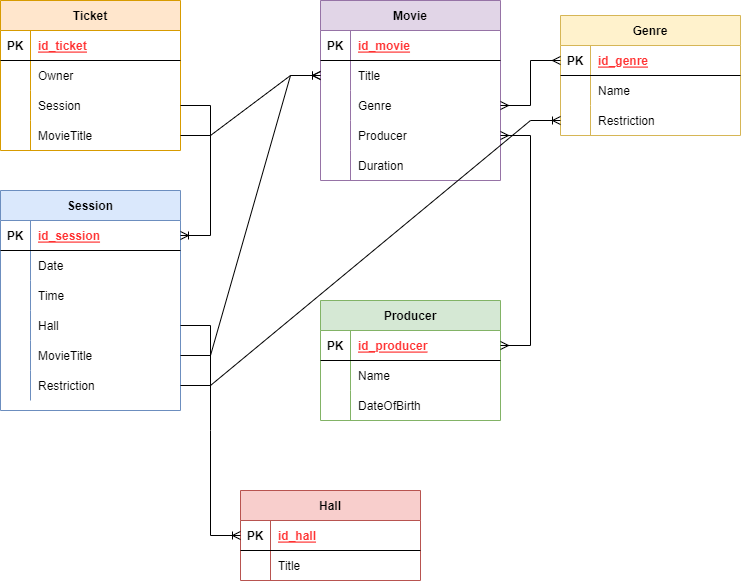
This is part1/Cinema.drawio.png from Kolesa-Education/kolesa-upgrade-homework-4, a draw.io export, as it was before one commit. Source tidied: cells renumbered, new cells last; positions are measured from the earlier drawing's top-left corner, leaving out a move shared by most shapes.
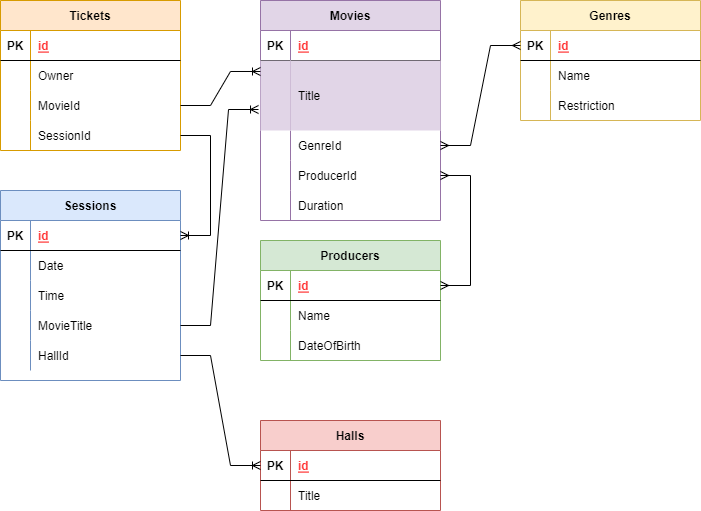
The same file after the commit.

Commit message:
изменения по правкам

The edit, as a diff of the source:
```diff
@@ -2,8 +2,8 @@
   <root>
     <mxCell id="0" />
     <mxCell id="1" parent="0" />
-    <mxCell id="2" value="Ticket" style="shape=table;startSize=30;rowLines=0;fontStyle=1;align=center;fillColor=#ffe6cc;strokeColor=#d79b00;" parent="1" vertex="1">
-      <mxGeometry width="180" height="150" as="geometry" />
+    <mxCell id="2" value="Tickets" style="shape=table;startSize=30;rowLines=0;fontStyle=1;align=center;fillColor=#ffe6cc;strokeColor=#d79b00;" parent="1" vertex="1">
+      <mxGeometry x="-40" width="180" height="150" as="geometry" />
     </mxCell>
     <mxCell id="3" style="shape=tableRow;horizontal=0;startSize=0;swimlaneHead=0;swimlaneBody=0;fillColor=none;top=0;left=0;right=0;bottom=1;" parent="2" vertex="1">
       <mxGeometry y="30" width="180" height="30" as="geometry" />
@@ -11,7 +11,7 @@
     <mxCell id="4" value="PK" style="shape=partialRectangle;fillColor=none;top=0;left=0;bottom=0;right=0;fontStyle=1;overflow=hidden;" parent="3" vertex="1">
       <mxGeometry width="30" height="30" as="geometry" />
     </mxCell>
-    <mxCell id="5" value="id_ticket" style="shape=partialRectangle;fillColor=none;top=0;left=0;bottom=0;right=0;align=left;spacingLeft=6;fontStyle=5;overflow=hidden;fontColor=#FF3333;" parent="3" vertex="1">
+    <mxCell id="5" value="id" style="shape=partialRectangle;fillColor=none;top=0;left=0;bottom=0;right=0;align=left;spacingLeft=6;fontStyle=5;overflow=hidden;fontColor=#FF3333;" parent="3" vertex="1">
       <mxGeometry x="30" width="150" height="30" as="geometry" />
     </mxCell>
     <mxCell id="6" style="shape=tableRow;horizontal=0;startSize=0;swimlaneHead=0;swimlaneBody=0;fillColor=none;top=0;left=0;right=0;bottom=0;" parent="2" vertex="1">
@@ -29,7 +29,7 @@
     <mxCell id="10" style="shape=partialRectangle;fillColor=none;top=0;left=0;bottom=0;right=0;overflow=hidden;" parent="9" vertex="1">
       <mxGeometry width="30" height="30" as="geometry" />
     </mxCell>
-    <mxCell id="11" value="Session" style="shape=partialRectangle;fillColor=none;top=0;left=0;bottom=0;right=0;align=left;spacingLeft=6;overflow=hidden;" parent="9" vertex="1">
+    <mxCell id="11" value="MovieId" style="shape=partialRectangle;fillColor=none;top=0;left=0;bottom=0;right=0;align=left;spacingLeft=6;overflow=hidden;" parent="9" vertex="1">
       <mxGeometry x="30" width="150" height="30" as="geometry" />
     </mxCell>
     <mxCell id="12" style="shape=tableRow;horizontal=0;startSize=0;swimlaneHead=0;swimlaneBody=0;fillColor=none;points=[[0,0.5],[1,0.5]];portConstraint=eastwest;top=0;left=0;right=0;bottom=0;" parent="2" vertex="1">
@@ -38,11 +38,11 @@
     <mxCell id="13" style="shape=partialRectangle;fillColor=none;top=0;left=0;bottom=0;right=0;overflow=hidden;" parent="12" vertex="1">
       <mxGeometry width="30" height="30" as="geometry" />
     </mxCell>
-    <mxCell id="14" value="MovieTitle" style="shape=partialRectangle;fillColor=none;top=0;left=0;bottom=0;right=0;align=left;spacingLeft=6;overflow=hidden;" parent="12" vertex="1">
+    <mxCell id="14" value="SessionId" style="shape=partialRectangle;fillColor=none;top=0;left=0;bottom=0;right=0;align=left;spacingLeft=6;overflow=hidden;" parent="12" vertex="1">
       <mxGeometry x="30" width="150" height="30" as="geometry" />
     </mxCell>
-    <mxCell id="15" value="Movie" style="shape=table;startSize=30;rowLines=0;fontStyle=1;align=center;fillColor=#e1d5e7;strokeColor=#9673a6;" parent="1" vertex="1">
-      <mxGeometry x="320" width="180" height="180" as="geometry" />
+    <mxCell id="15" value="Movies" style="shape=table;startSize=30;rowLines=0;fontStyle=1;align=center;fillColor=#e1d5e7;strokeColor=#9673a6;" parent="1" vertex="1">
+      <mxGeometry x="220" width="180" height="220" as="geometry" />
     </mxCell>
     <mxCell id="16" style="shape=tableRow;horizontal=0;startSize=0;swimlaneHead=0;swimlaneBody=0;fillColor=none;top=0;left=0;right=0;bottom=1;" parent="15" vertex="1">
       <mxGeometry y="30" width="180" height="30" as="geometry" />
@@ -50,38 +50,38 @@
     <mxCell id="17" value="PK" style="shape=partialRectangle;fillColor=none;top=0;left=0;bottom=0;right=0;fontStyle=1;overflow=hidden;" parent="16" vertex="1">
       <mxGeometry width="30" height="30" as="geometry" />
     </mxCell>
-    <mxCell id="18" value="id_movie" style="shape=partialRectangle;fillColor=none;top=0;left=0;bottom=0;right=0;align=left;spacingLeft=6;fontStyle=5;overflow=hidden;fontColor=#FF3333;" parent="16" vertex="1">
+    <mxCell id="18" value="id" style="shape=partialRectangle;fillColor=none;top=0;left=0;bottom=0;right=0;align=left;spacingLeft=6;fontStyle=5;overflow=hidden;fontColor=#FF3333;" parent="16" vertex="1">
       <mxGeometry x="30" width="150" height="30" as="geometry" />
     </mxCell>
     <mxCell id="19" style="shape=tableRow;horizontal=0;startSize=0;swimlaneHead=0;swimlaneBody=0;fillColor=none;points=[[0,0.5],[1,0.5]];portConstraint=eastwest;top=0;left=0;right=0;bottom=0;" parent="15" vertex="1">
-      <mxGeometry y="60" width="180" height="30" as="geometry" />
+      <mxGeometry y="60" width="180" height="70" as="geometry" />
     </mxCell>
-    <mxCell id="20" style="shape=partialRectangle;fillColor=none;top=0;left=0;bottom=0;right=0;overflow=hidden;" parent="19" vertex="1">
-      <mxGeometry width="30" height="30" as="geometry" />
+    <mxCell id="20" style="shape=partialRectangle;fillColor=#e1d5e7;top=0;left=0;bottom=0;right=0;overflow=hidden;strokeColor=#9673a6;" parent="19" vertex="1">
+      <mxGeometry width="30" height="70" as="geometry" />
     </mxCell>
-    <mxCell id="21" value="Title" style="shape=partialRectangle;fillColor=none;top=0;left=0;bottom=0;right=0;align=left;spacingLeft=6;overflow=hidden;" parent="19" vertex="1">
-      <mxGeometry x="30" width="150" height="30" as="geometry" />
+    <mxCell id="21" value="Title" style="shape=partialRectangle;fillColor=#e1d5e7;top=0;left=0;bottom=0;right=0;align=left;spacingLeft=6;overflow=hidden;strokeColor=#9673a6;" parent="19" vertex="1">
+      <mxGeometry x="30" width="150" height="70" as="geometry" />
     </mxCell>
     <mxCell id="22" style="shape=tableRow;horizontal=0;startSize=0;swimlaneHead=0;swimlaneBody=0;fillColor=none;points=[[0,0.5],[1,0.5]];portConstraint=eastwest;top=0;left=0;right=0;bottom=0;" parent="15" vertex="1">
-      <mxGeometry y="90" width="180" height="30" as="geometry" />
+      <mxGeometry y="130" width="180" height="30" as="geometry" />
     </mxCell>
     <mxCell id="23" style="shape=partialRectangle;fillColor=none;top=0;left=0;bottom=0;right=0;overflow=hidden;" parent="22" vertex="1">
       <mxGeometry width="30" height="30" as="geometry" />
     </mxCell>
-    <mxCell id="24" value="Genre" style="shape=partialRectangle;fillColor=none;top=0;left=0;bottom=0;right=0;align=left;spacingLeft=6;overflow=hidden;" parent="22" vertex="1">
+    <mxCell id="24" value="GenreId" style="shape=partialRectangle;fillColor=none;top=0;left=0;bottom=0;right=0;align=left;spacingLeft=6;overflow=hidden;" parent="22" vertex="1">
       <mxGeometry x="30" width="150" height="30" as="geometry" />
     </mxCell>
     <mxCell id="25" style="shape=tableRow;horizontal=0;startSize=0;swimlaneHead=0;swimlaneBody=0;fillColor=none;points=[[0,0.5],[1,0.5]];portConstraint=eastwest;top=0;left=0;right=0;bottom=0;" parent="15" vertex="1">
-      <mxGeometry y="120" width="180" height="30" as="geometry" />
+      <mxGeometry y="160" width="180" height="30" as="geometry" />
     </mxCell>
     <mxCell id="26" style="shape=partialRectangle;fillColor=none;top=0;left=0;bottom=0;right=0;overflow=hidden;" parent="25" vertex="1">
       <mxGeometry width="30" height="30" as="geometry" />
     </mxCell>
-    <mxCell id="27" value="Producer" style="shape=partialRectangle;fillColor=none;top=0;left=0;bottom=0;right=0;align=left;spacingLeft=6;overflow=hidden;" parent="25" vertex="1">
+    <mxCell id="27" value="ProducerId" style="shape=partialRectangle;fillColor=none;top=0;left=0;bottom=0;right=0;align=left;spacingLeft=6;overflow=hidden;" parent="25" vertex="1">
       <mxGeometry x="30" width="150" height="30" as="geometry" />
     </mxCell>
     <mxCell id="28" style="shape=tableRow;horizontal=0;startSize=0;swimlaneHead=0;swimlaneBody=0;fillColor=none;top=0;left=0;right=0;bottom=0;" parent="15" vertex="1">
-      <mxGeometry y="150" width="180" height="30" as="geometry" />
+      <mxGeometry y="190" width="180" height="30" as="geometry" />
     </mxCell>
     <mxCell id="29" style="shape=partialRectangle;fillColor=none;top=0;left=0;bottom=0;right=0;overflow=hidden;" parent="28" vertex="1">
       <mxGeometry width="30" height="30" as="geometry" />
@@ -89,8 +89,8 @@
     <mxCell id="30" value="Duration" style="shape=partialRectangle;fillColor=none;top=0;left=0;bottom=0;right=0;align=left;spacingLeft=6;overflow=hidden;" parent="28" vertex="1">
       <mxGeometry x="30" width="150" height="30" as="geometry" />
     </mxCell>
-    <mxCell id="31" value="Hall" style="shape=table;startSize=30;rowLines=0;fontStyle=1;align=center;fillColor=#f8cecc;strokeColor=#b85450;" parent="1" vertex="1">
-      <mxGeometry x="240" y="490" width="180" height="90" as="geometry" />
+    <mxCell id="31" value="Halls" style="shape=table;startSize=30;rowLines=0;fontStyle=1;align=center;fillColor=#f8cecc;strokeColor=#b85450;" parent="1" vertex="1">
+      <mxGeometry x="220" y="420" width="180" height="90" as="geometry" />
     </mxCell>
     <mxCell id="32" style="shape=tableRow;horizontal=0;startSize=0;swimlaneHead=0;swimlaneBody=0;fillColor=none;points=[[0,0.5],[1,0.5]];portConstraint=eastwest;top=0;left=0;right=0;bottom=1;" parent="31" vertex="1">
       <mxGeometry y="30" width="180" height="30" as="geometry" />
@@ -98,7 +98,7 @@
     <mxCell id="33" value="PK" style="shape=partialRectangle;fillColor=none;top=0;left=0;bottom=0;right=0;fontStyle=1;overflow=hidden;" parent="32" vertex="1">
       <mxGeometry width="30" height="30" as="geometry" />
     </mxCell>
-    <mxCell id="34" value="id_hall" style="shape=partialRectangle;fillColor=none;top=0;left=0;bottom=0;right=0;align=left;spacingLeft=6;fontStyle=5;overflow=hidden;fontColor=#FF3333;" parent="32" vertex="1">
+    <mxCell id="34" value="id" style="shape=partialRectangle;fillColor=none;top=0;left=0;bottom=0;right=0;align=left;spacingLeft=6;fontStyle=5;overflow=hidden;fontColor=#FF3333;" parent="32" vertex="1">
       <mxGeometry x="30" width="150" height="30" as="geometry" />
     </mxCell>
     <mxCell id="35" style="shape=tableRow;horizontal=0;startSize=0;swimlaneHead=0;swimlaneBody=0;fillColor=none;top=0;left=0;right=0;bottom=0;" parent="31" vertex="1">
@@ -110,8 +110,8 @@
     <mxCell id="37" value="Title" style="shape=partialRectangle;fillColor=none;top=0;left=0;bottom=0;right=0;align=left;spacingLeft=6;overflow=hidden;" parent="35" vertex="1">
       <mxGeometry x="30" width="150" height="30" as="geometry" />
     </mxCell>
-    <mxCell id="38" value="Session" style="shape=table;startSize=30;rowLines=0;fontStyle=1;align=center;fillColor=#dae8fc;strokeColor=#6c8ebf;" parent="1" vertex="1">
-      <mxGeometry y="190" width="180" height="220" as="geometry" />
+    <mxCell id="38" value="Sessions" style="shape=table;startSize=30;rowLines=0;fontStyle=1;align=center;fillColor=#dae8fc;strokeColor=#6c8ebf;" parent="1" vertex="1">
+      <mxGeometry x="-40" y="190" width="180" height="190" as="geometry" />
     </mxCell>
     <mxCell id="39" style="shape=tableRow;horizontal=0;startSize=0;swimlaneHead=0;swimlaneBody=0;fillColor=none;points=[[0,0.5],[1,0.5]];portConstraint=eastwest;top=0;left=0;right=0;bottom=1;" parent="38" vertex="1">
       <mxGeometry y="30" width="180" height="30" as="geometry" />
@@ -119,7 +119,7 @@
     <mxCell id="40" value="PK" style="shape=partialRectangle;fillColor=none;top=0;left=0;bottom=0;right=0;fontStyle=1;overflow=hidden;" parent="39" vertex="1">
       <mxGeometry width="30" height="30" as="geometry" />
     </mxCell>
-    <mxCell id="41" value="id_session" style="shape=partialRectangle;fillColor=none;top=0;left=0;bottom=0;right=0;align=left;spacingLeft=6;fontStyle=5;overflow=hidden;fontColor=#FF3333;" parent="39" vertex="1">
+    <mxCell id="41" value="id" style="shape=partialRectangle;fillColor=none;top=0;left=0;bottom=0;right=0;align=left;spacingLeft=6;fontStyle=5;overflow=hidden;fontColor=#FF3333;" parent="39" vertex="1">
       <mxGeometry x="30" width="150" height="30" as="geometry" />
     </mxCell>
     <mxCell id="42" style="shape=tableRow;horizontal=0;startSize=0;swimlaneHead=0;swimlaneBody=0;fillColor=none;top=0;left=0;right=0;bottom=0;" parent="38" vertex="1">
@@ -146,29 +146,20 @@
     <mxCell id="49" style="shape=partialRectangle;fillColor=none;top=0;left=0;bottom=0;right=0;overflow=hidden;" parent="48" vertex="1">
       <mxGeometry width="30" height="30" as="geometry" />
     </mxCell>
-    <mxCell id="50" value="Hall" style="shape=partialRectangle;fillColor=none;top=0;left=0;bottom=0;right=0;align=left;spacingLeft=6;overflow=hidden;" parent="48" vertex="1">
+    <mxCell id="50" value="MovieTitle" style="shape=partialRectangle;fillColor=none;top=0;left=0;bottom=0;right=0;align=left;spacingLeft=6;overflow=hidden;" parent="48" vertex="1">
       <mxGeometry x="30" width="150" height="30" as="geometry" />
     </mxCell>
-    <mxCell id="51" style="shape=tableRow;horizontal=0;startSize=0;swimlaneHead=0;swimlaneBody=0;fillColor=none;points=[[0,0.5],[1,0.5]];portConstraint=eastwest;top=0;left=0;right=0;bottom=0;" parent="38" vertex="1">
-      <mxGeometry y="150" width="180" height="30" as="geometry" />
-    </mxCell>
-    <mxCell id="52" style="shape=partialRectangle;fillColor=none;top=0;left=0;bottom=0;right=0;overflow=hidden;" parent="51" vertex="1">
-      <mxGeometry width="30" height="30" as="geometry" />
-    </mxCell>
-    <mxCell id="53" value="MovieTitle" style="shape=partialRectangle;fillColor=none;top=0;left=0;bottom=0;right=0;align=left;spacingLeft=6;overflow=hidden;" parent="51" vertex="1">
-      <mxGeometry x="30" width="150" height="30" as="geometry" />
-    </mxCell>
     <mxCell id="54" style="shape=tableRow;horizontal=0;startSize=0;swimlaneHead=0;swimlaneBody=0;fillColor=none;points=[[0,0.5],[1,0.5]];portConstraint=eastwest;top=0;left=0;right=0;bottom=0;" parent="38" vertex="1">
-      <mxGeometry y="180" width="180" height="30" as="geometry" />
+      <mxGeometry y="150" width="180" height="30" as="geometry" />
     </mxCell>
     <mxCell id="55" style="shape=partialRectangle;fillColor=none;top=0;left=0;bottom=0;right=0;overflow=hidden;" parent="54" vertex="1">
       <mxGeometry width="30" height="30" as="geometry" />
     </mxCell>
-    <mxCell id="56" value="Restriction" style="shape=partialRectangle;fillColor=none;top=0;left=0;bottom=0;right=0;align=left;spacingLeft=6;overflow=hidden;" parent="54" vertex="1">
+    <mxCell id="56" value="HallId" style="shape=partialRectangle;fillColor=none;top=0;left=0;bottom=0;right=0;align=left;spacingLeft=6;overflow=hidden;" parent="54" vertex="1">
       <mxGeometry x="30" width="150" height="30" as="geometry" />
     </mxCell>
-    <mxCell id="57" value="Genre" style="shape=table;startSize=30;rowLines=0;fontStyle=1;align=center;fillColor=#fff2cc;strokeColor=#d6b656;" parent="1" vertex="1">
-      <mxGeometry x="560" y="15" width="180" height="120" as="geometry" />
+    <mxCell id="57" value="Genres" style="shape=table;startSize=30;rowLines=0;fontStyle=1;align=center;fillColor=#fff2cc;strokeColor=#d6b656;" parent="1" vertex="1">
+      <mxGeometry x="480" width="180" height="120" as="geometry" />
     </mxCell>
     <mxCell id="58" style="shape=tableRow;horizontal=0;startSize=0;swimlaneHead=0;swimlaneBody=0;fillColor=none;points=[[0,0.5],[1,0.5]];portConstraint=eastwest;top=0;left=0;right=0;bottom=1;" parent="57" vertex="1">
       <mxGeometry y="30" width="180" height="30" as="geometry" />
@@ -176,7 +167,7 @@
     <mxCell id="59" value="PK" style="shape=partialRectangle;fillColor=none;top=0;left=0;bottom=0;right=0;fontStyle=1;overflow=hidden;" parent="58" vertex="1">
       <mxGeometry width="30" height="30" as="geometry" />
     </mxCell>
-    <mxCell id="60" value="id_genre" style="shape=partialRectangle;fillColor=none;top=0;left=0;bottom=0;right=0;align=left;spacingLeft=6;fontStyle=5;overflow=hidden;fontColor=#FF3333;" parent="58" vertex="1">
+    <mxCell id="60" value="id" style="shape=partialRectangle;fillColor=none;top=0;left=0;bottom=0;right=0;align=left;spacingLeft=6;fontStyle=5;overflow=hidden;fontColor=#FF3333;" parent="58" vertex="1">
       <mxGeometry x="30" width="150" height="30" as="geometry" />
     </mxCell>
     <mxCell id="61" style="shape=tableRow;horizontal=0;startSize=0;swimlaneHead=0;swimlaneBody=0;fillColor=none;top=0;left=0;right=0;bottom=0;" parent="57" vertex="1">
@@ -197,8 +188,8 @@
     <mxCell id="66" value="Restriction" style="shape=partialRectangle;fillColor=none;top=0;left=0;bottom=0;right=0;align=left;spacingLeft=6;overflow=hidden;" parent="64" vertex="1">
       <mxGeometry x="30" width="150" height="30" as="geometry" />
     </mxCell>
-    <mxCell id="67" value="Producer" style="shape=table;startSize=30;rowLines=0;fontStyle=1;align=center;fillColor=#d5e8d4;strokeColor=#82b366;" parent="1" vertex="1">
-      <mxGeometry x="320" y="300" width="180" height="120" as="geometry" />
+    <mxCell id="67" value="Producers" style="shape=table;startSize=30;rowLines=0;fontStyle=1;align=center;fillColor=#d5e8d4;strokeColor=#82b366;" parent="1" vertex="1">
+      <mxGeometry x="220" y="240" width="180" height="120" as="geometry" />
     </mxCell>
     <mxCell id="68" style="shape=tableRow;horizontal=0;startSize=0;swimlaneHead=0;swimlaneBody=0;fillColor=none;points=[[0,0.5],[1,0.5]];portConstraint=eastwest;top=0;left=0;right=0;bottom=1;" parent="67" vertex="1">
       <mxGeometry y="30" width="180" height="30" as="geometry" />
@@ -206,7 +197,7 @@
     <mxCell id="69" value="PK" style="shape=partialRectangle;fillColor=none;top=0;left=0;bottom=0;right=0;fontStyle=1;overflow=hidden;" parent="68" vertex="1">
       <mxGeometry width="30" height="30" as="geometry" />
     </mxCell>
-    <mxCell id="70" value="id_producer" style="shape=partialRectangle;fillColor=none;top=0;left=0;bottom=0;right=0;align=left;spacingLeft=6;fontStyle=5;overflow=hidden;fontColor=#FF3333;" parent="68" vertex="1">
+    <mxCell id="70" value="id" style="shape=partialRectangle;fillColor=none;top=0;left=0;bottom=0;right=0;align=left;spacingLeft=6;fontStyle=5;overflow=hidden;fontColor=#FF3333;" parent="68" vertex="1">
       <mxGeometry x="30" width="150" height="30" as="geometry" />
     </mxCell>
     <mxCell id="71" style="shape=tableRow;horizontal=0;startSize=0;swimlaneHead=0;swimlaneBody=0;fillColor=none;top=0;left=0;right=0;bottom=0;" parent="67" vertex="1">
@@ -227,13 +218,13 @@
     <mxCell id="76" value="DateOfBirth" style="shape=partialRectangle;fillColor=none;top=0;left=0;bottom=0;right=0;align=left;spacingLeft=6;overflow=hidden;" parent="74" vertex="1">
       <mxGeometry x="30" width="150" height="30" as="geometry" />
     </mxCell>
-    <mxCell id="77" style="edgeStyle=entityRelationEdgeStyle;fontSize=12;html=1;endArrow=ERoneToMany;rounded=0;entryX=0;entryY=0.5;entryDx=0;entryDy=0;exitX=1;exitY=0.5;exitDx=0;exitDy=0;" parent="1" edge="1" source="12" target="19">
+    <mxCell id="77" style="edgeStyle=entityRelationEdgeStyle;fontSize=12;html=1;endArrow=ERoneToMany;rounded=0;entryX=0;entryY=0.157;entryDx=0;entryDy=0;entryPerimeter=0;exitX=1;exitY=0.5;exitDx=0;exitDy=0;" parent="1" edge="1" source="9" target="19">
       <mxGeometry relative="1" as="geometry" />
     </mxCell>
-    <mxCell id="78" style="edgeStyle=entityRelationEdgeStyle;fontSize=12;html=1;endArrow=ERoneToMany;rounded=0;entryX=1;entryY=0.5;entryDx=0;entryDy=0;exitX=1;exitY=0.5;exitDx=0;exitDy=0;" parent="1" edge="1" source="9" target="39">
+    <mxCell id="78" style="edgeStyle=entityRelationEdgeStyle;fontSize=12;html=1;endArrow=ERoneToMany;rounded=0;entryX=1;entryY=0.5;entryDx=0;entryDy=0;exitX=1;exitY=0.5;exitDx=0;exitDy=0;" parent="1" edge="1" source="12" target="39">
       <mxGeometry relative="1" as="geometry" />
     </mxCell>
-    <mxCell id="79" style="edgeStyle=entityRelationEdgeStyle;fontSize=12;html=1;endArrow=ERoneToMany;rounded=0;entryX=0;entryY=0.5;entryDx=0;entryDy=0;exitX=1;exitY=0.5;exitDx=0;exitDy=0;" parent="1" edge="1" source="48" target="32">
+    <mxCell id="79" style="edgeStyle=entityRelationEdgeStyle;fontSize=12;html=1;endArrow=ERoneToMany;rounded=0;entryX=0;entryY=0.5;entryDx=0;entryDy=0;exitX=1;exitY=0.5;exitDx=0;exitDy=0;" parent="1" edge="1" source="54" target="32">
       <mxGeometry relative="1" as="geometry" />
     </mxCell>
     <mxCell id="80" style="edgeStyle=entityRelationEdgeStyle;fontSize=12;html=1;endArrow=ERmany;startArrow=ERmany;rounded=0;entryX=0;entryY=0.5;entryDx=0;entryDy=0;exitX=1;exitY=0.5;exitDx=0;exitDy=0;" parent="1" edge="1" source="22" target="58">
@@ -242,10 +233,7 @@
     <mxCell id="81" style="edgeStyle=entityRelationEdgeStyle;fontSize=12;html=1;endArrow=ERmany;startArrow=ERmany;rounded=0;exitX=1;exitY=0.5;exitDx=0;exitDy=0;entryX=1;entryY=0.5;entryDx=0;entryDy=0;" parent="1" edge="1" source="68" target="25">
       <mxGeometry relative="1" as="geometry" />
     </mxCell>
-    <mxCell id="82" style="edgeStyle=entityRelationEdgeStyle;fontSize=12;html=1;endArrow=ERoneToMany;rounded=0;fontColor=#FF3333;exitX=1;exitY=0.5;exitDx=0;exitDy=0;entryX=0;entryY=0.5;entryDx=0;entryDy=0;" parent="1" edge="1" source="54" target="64">
-      <mxGeometry relative="1" as="geometry" />
-    </mxCell>
-    <mxCell id="83" style="edgeStyle=entityRelationEdgeStyle;fontSize=12;html=1;endArrow=ERoneToMany;rounded=0;fontColor=#FF3333;entryX=0;entryY=0.5;entryDx=0;entryDy=0;exitX=1;exitY=0.5;exitDx=0;exitDy=0;" parent="1" edge="1" source="51" target="19">
+    <mxCell id="83" style="edgeStyle=entityRelationEdgeStyle;fontSize=12;html=1;endArrow=ERoneToMany;rounded=0;fontColor=#FF3333;entryX=-0.011;entryY=0.7;entryDx=0;entryDy=0;entryPerimeter=0;exitX=1;exitY=0.5;exitDx=0;exitDy=0;" parent="1" edge="1" source="48" target="19">
       <mxGeometry relative="1" as="geometry" />
     </mxCell>
   </root>
```
